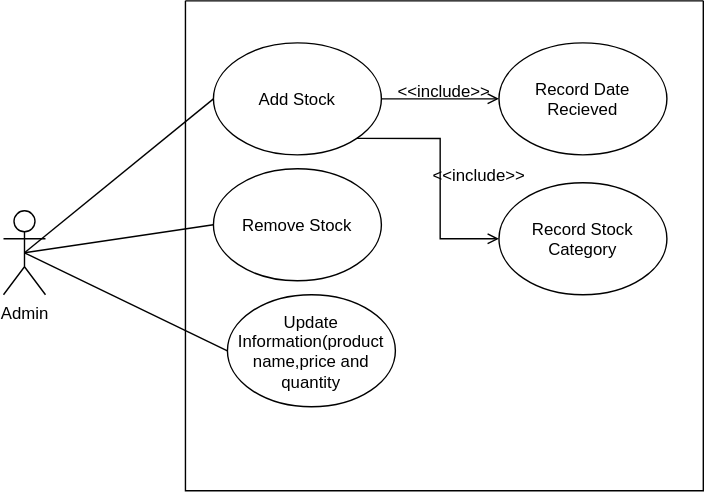
The draw.io diagram Documentation/ManageStock.drawio.svg in itudevs/SkinzoneNaturelAdmin, before a commit. Source tidied: cells renumbered, new cells last; positions are measured from the earlier drawing's top-left corner, leaving out a move shared by most shapes. The source it was exported from:
```xml
<mxGraphModel>
  <root>
    <mxCell id="0" />
    <mxCell id="1" parent="0" />
    <mxCell id="2" style="rounded=0;jettySize=auto;html=1;exitX=0.5;exitY=0.5;exitDx=0;exitDy=0;exitPerimeter=0;entryX=0;entryY=0.5;entryDx=0;entryDy=0;defaultLabelBackgroundColor=page;endArrow=none;endFill=0;" parent="1" edge="1" source="5" target="8">
      <mxGeometry relative="1" as="geometry" />
    </mxCell>
    <mxCell id="3" style="rounded=0;jettySize=auto;html=1;exitX=0.5;exitY=0.5;exitDx=0;exitDy=0;exitPerimeter=0;entryX=0;entryY=0.5;entryDx=0;entryDy=0;defaultLabelBackgroundColor=page;endArrow=none;endFill=0;" parent="1" edge="1" source="5" target="9">
      <mxGeometry relative="1" as="geometry" />
    </mxCell>
    <mxCell id="4" style="rounded=0;jettySize=auto;html=1;exitX=0.5;exitY=0.5;exitDx=0;exitDy=0;exitPerimeter=0;entryX=0;entryY=0.5;entryDx=0;entryDy=0;defaultLabelBackgroundColor=page;endArrow=none;endFill=0;" parent="1" edge="1" source="5" target="10">
      <mxGeometry relative="1" as="geometry" />
    </mxCell>
    <mxCell id="5" value="Admin" style="shape=umlActor;verticalLabelPosition=bottom;verticalAlign=top;html=1;labelPerimeter=1;" parent="1" vertex="1">
      <mxGeometry y="150" width="30" height="60" as="geometry" />
    </mxCell>
    <mxCell id="6" style="swimlane;startSize=0;" parent="1" vertex="1">
      <mxGeometry x="130" width="370" height="350" as="geometry" />
    </mxCell>
    <mxCell id="7" style="edgeStyle=orthogonalEdgeStyle;rounded=0;jettySize=auto;html=1;exitX=1;exitY=0.5;exitDx=0;exitDy=0;entryX=0;entryY=0.5;entryDx=0;entryDy=0;defaultLabelBackgroundColor=page;endArrow=open;endFill=0;" parent="6" edge="1" source="8" target="11">
      <mxGeometry relative="1" as="geometry" />
    </mxCell>
    <mxCell id="8" value="Add Stock" style="ellipse;whiteSpace=wrap;html=1;shapeInside=1;" parent="6" vertex="1">
      <mxGeometry x="20" y="30" width="120" height="80" as="geometry" />
    </mxCell>
    <mxCell id="9" value="Remove Stock" style="ellipse;whiteSpace=wrap;html=1;shapeInside=1;" parent="6" vertex="1">
      <mxGeometry x="20" y="120" width="120" height="80" as="geometry" />
    </mxCell>
    <mxCell id="10" value="Update Information(product name,price and quantity" style="ellipse;whiteSpace=wrap;html=1;shapeInside=1;" parent="6" vertex="1">
      <mxGeometry x="30" y="210" width="120" height="80" as="geometry" />
    </mxCell>
    <mxCell id="11" value="Record Date Recieved" style="ellipse;whiteSpace=wrap;html=1;shapeInside=1;" parent="6" vertex="1">
      <mxGeometry x="224" y="30" width="120" height="80" as="geometry" />
    </mxCell>
    <mxCell id="12" value="&amp;lt;&amp;lt;include&amp;gt;&amp;gt;" style="text;html=1;whiteSpace=wrap;strokeColor=none;fillColor=none;align=center;verticalAlign=middle;rounded=0;" parent="6" vertex="1">
      <mxGeometry x="155" y="50" width="60" height="30" as="geometry" />
    </mxCell>
    <mxCell id="13" value="Record Stock Category" style="ellipse;whiteSpace=wrap;html=1;shapeInside=1;" parent="6" vertex="1">
      <mxGeometry x="224" y="130" width="120" height="80" as="geometry" />
    </mxCell>
    <mxCell id="14" style="edgeStyle=orthogonalEdgeStyle;rounded=0;jettySize=auto;html=1;exitX=1;exitY=1;exitDx=0;exitDy=0;entryX=0;entryY=0.5;entryDx=0;entryDy=0;defaultLabelBackgroundColor=page;endArrow=open;endFill=0;" parent="6" edge="1" source="8" target="13">
      <mxGeometry relative="1" as="geometry" />
    </mxCell>
    <mxCell id="15" value="&amp;lt;&amp;lt;include&amp;gt;&amp;gt;" style="text;html=1;whiteSpace=wrap;strokeColor=none;fillColor=none;align=center;verticalAlign=middle;rounded=0;" parent="6" vertex="1">
      <mxGeometry x="180" y="110" width="60" height="30" as="geometry" />
    </mxCell>
  </root>
</mxGraphModel>
```
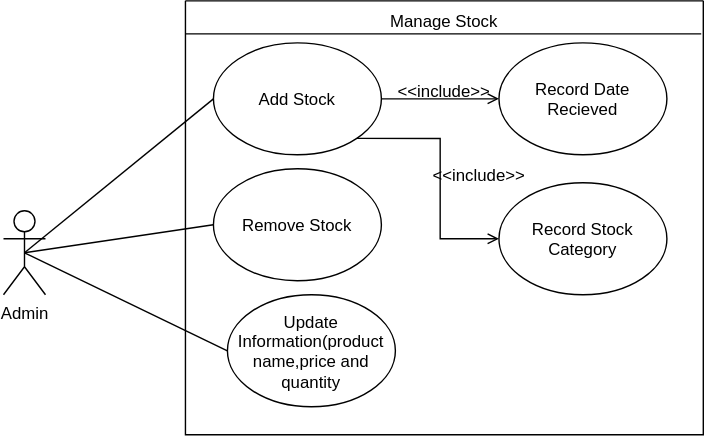
The same file after the commit.

What changed in the source:
```diff
@@ -15,7 +15,7 @@
       <mxGeometry y="150" width="30" height="60" as="geometry" />
     </mxCell>
     <mxCell id="6" style="swimlane;startSize=0;" parent="1" vertex="1">
-      <mxGeometry x="130" width="370" height="350" as="geometry" />
+      <mxGeometry x="130" width="370" height="310" as="geometry" />
     </mxCell>
     <mxCell id="7" style="edgeStyle=orthogonalEdgeStyle;rounded=0;jettySize=auto;html=1;exitX=1;exitY=0.5;exitDx=0;exitDy=0;entryX=0;entryY=0.5;entryDx=0;entryDy=0;defaultLabelBackgroundColor=page;endArrow=open;endFill=0;" parent="6" edge="1" source="8" target="11">
       <mxGeometry relative="1" as="geometry" />
@@ -44,5 +44,11 @@
     <mxCell id="15" value="&amp;lt;&amp;lt;include&amp;gt;&amp;gt;" style="text;html=1;whiteSpace=wrap;strokeColor=none;fillColor=none;align=center;verticalAlign=middle;rounded=0;" parent="6" vertex="1">
       <mxGeometry x="180" y="110" width="60" height="30" as="geometry" />
     </mxCell>
+    <mxCell id="16" value="Manage Stock" style="text;html=1;whiteSpace=wrap;strokeColor=none;fillColor=none;align=center;verticalAlign=middle;rounded=0;" parent="6" vertex="1">
+      <mxGeometry x="130" width="110" height="30" as="geometry" />
+    </mxCell>
+    <mxCell id="17" style="endArrow=none;html=1;rounded=0;defaultLabelBackgroundColor=page;exitX=0;exitY=0.076;exitDx=0;exitDy=0;exitPerimeter=0;entryX=0.996;entryY=0.076;entryDx=0;entryDy=0;entryPerimeter=0;" parent="1" edge="1" source="6" target="6">
+      <mxGeometry relative="1" as="geometry" />
+    </mxCell>
   </root>
 </mxGraphModel>
```
